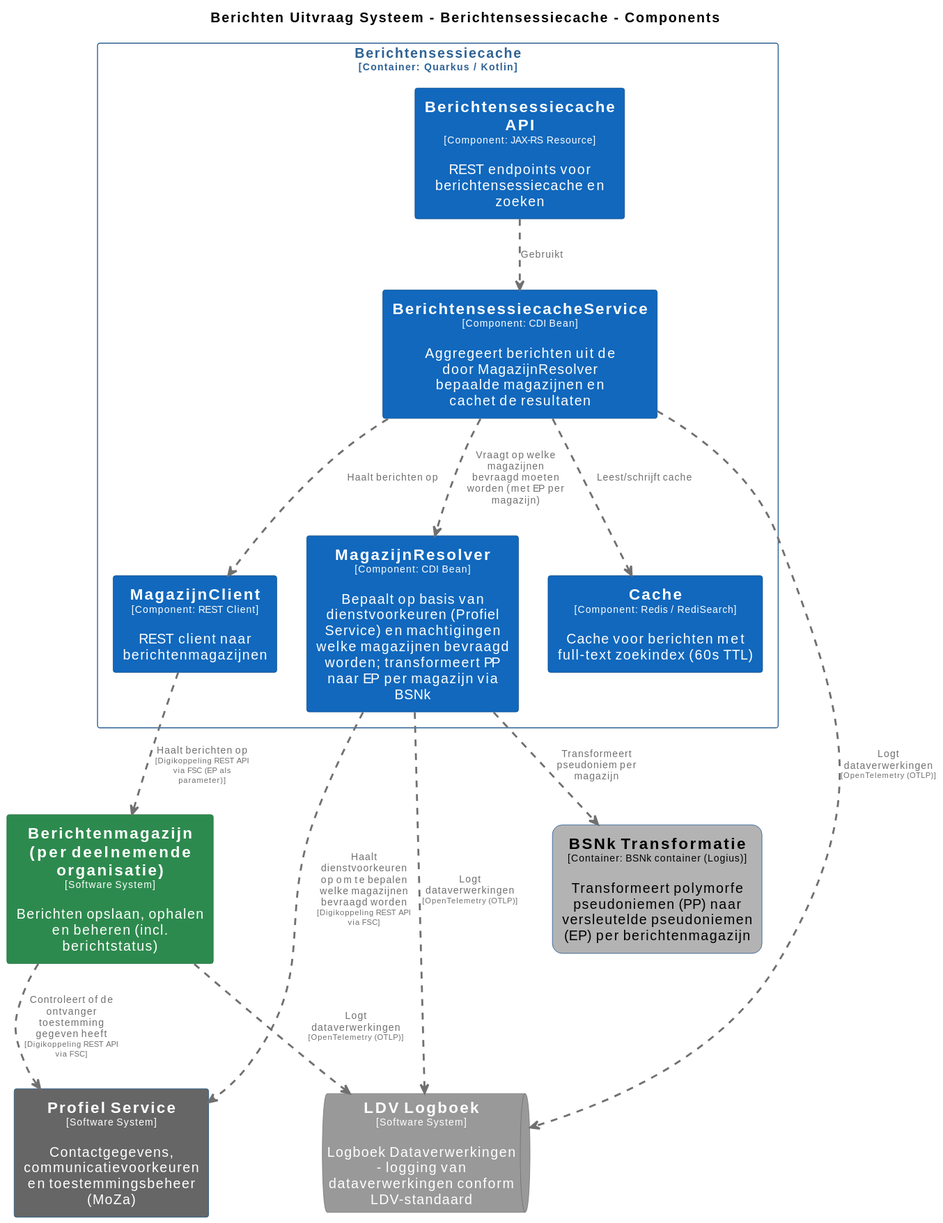
This is pr-preview/pr-22/master/svg/BerichtensessiecacheComponenten.svg from MinBZK/moza-poc-fbs-berichtenbox, a PlantUML export, as it was before one commit. Its source is kept beside it as pr-preview/pr-22/master/puml/BerichtensessiecacheComponenten.puml.
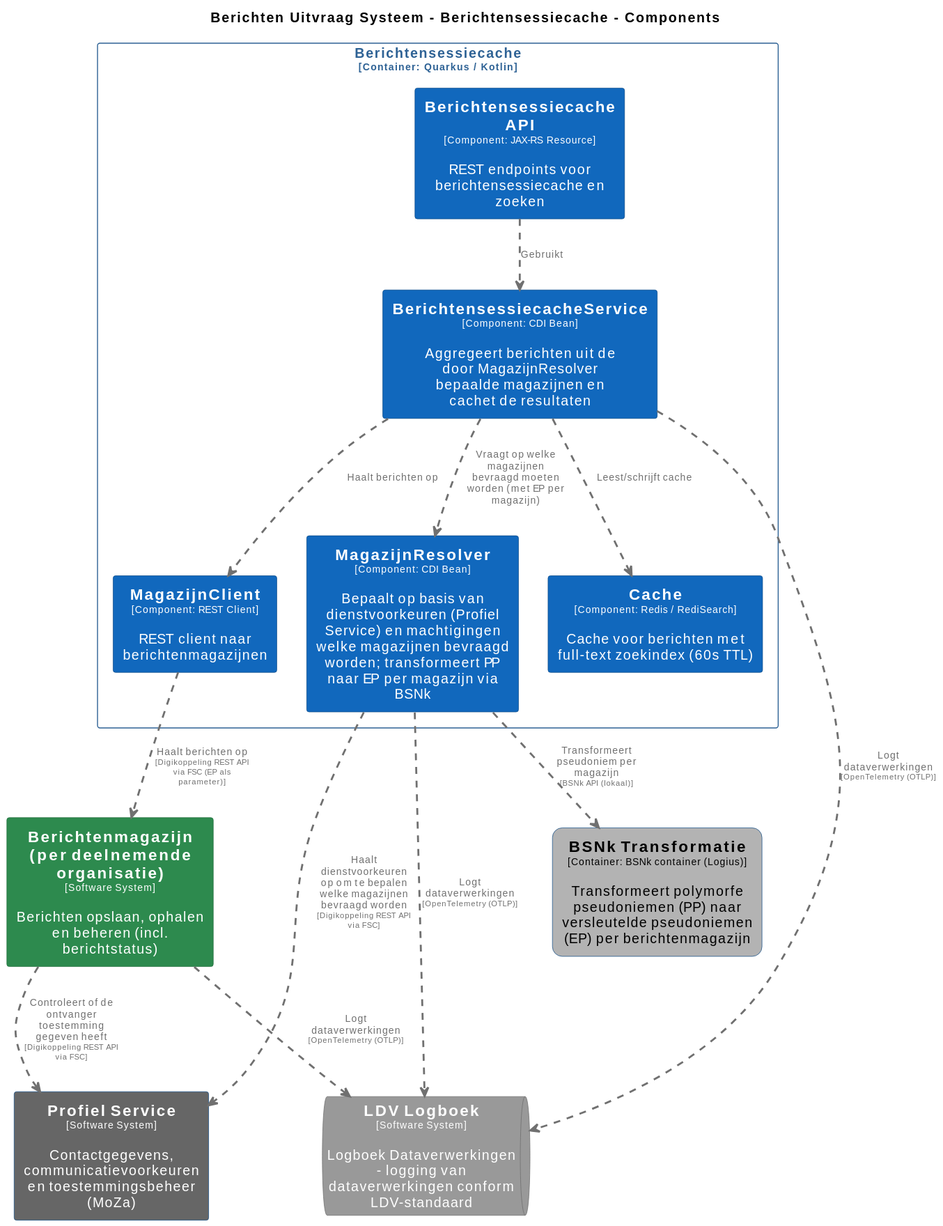
After the commit.

The edit, as a diff of the source:
```diff
@@ -98,6 +98,6 @@
 BerichtenUitvraagSysteem.Berichtensessiecache.BerichtensessiecacheService .[#707070,thickness=2].> BerichtenUitvraagSysteem.Berichtensessiecache.MagazijnResolver : "<color:#707070>Vraagt op welke magazijnen bevraagd moeten worden (met EP per magazijn)"
 BerichtenUitvraagSysteem.Berichtensessiecache.BerichtensessiecacheService .[#707070,thickness=2].> BerichtenUitvraagSysteem.Berichtensessiecache.Cache : "<color:#707070>Leest/schrijft cache"
 BerichtenUitvraagSysteem.Berichtensessiecache.BerichtensessiecacheService .[#707070,thickness=2].> BerichtenUitvraagSysteem.Berichtensessiecache.MagazijnClient : "<color:#707070>Haalt berichten op"
-BerichtenUitvraagSysteem.Berichtensessiecache.MagazijnResolver .[#707070,thickness=2].> BerichtenUitvraagSysteem.BSNkTransformatie : "<color:#707070>Transformeert pseudoniem per magazijn"
+BerichtenUitvraagSysteem.Berichtensessiecache.MagazijnResolver .[#707070,thickness=2].> BerichtenUitvraagSysteem.BSNkTransformatie : "<color:#707070>Transformeert pseudoniem per magazijn\n<color:#707070><size:8>[BSNk API (lokaal)]</size>"
 Berichtenmagazijnperdeelnemendeorganisatie .[#707070,thickness=2].> ProfielService : "<color:#707070>Controleert of de ontvanger toestemming gegeven heeft\n<color:#707070><size:8>[Digikoppeling REST API via FSC]</size>"
 @enduml
```
